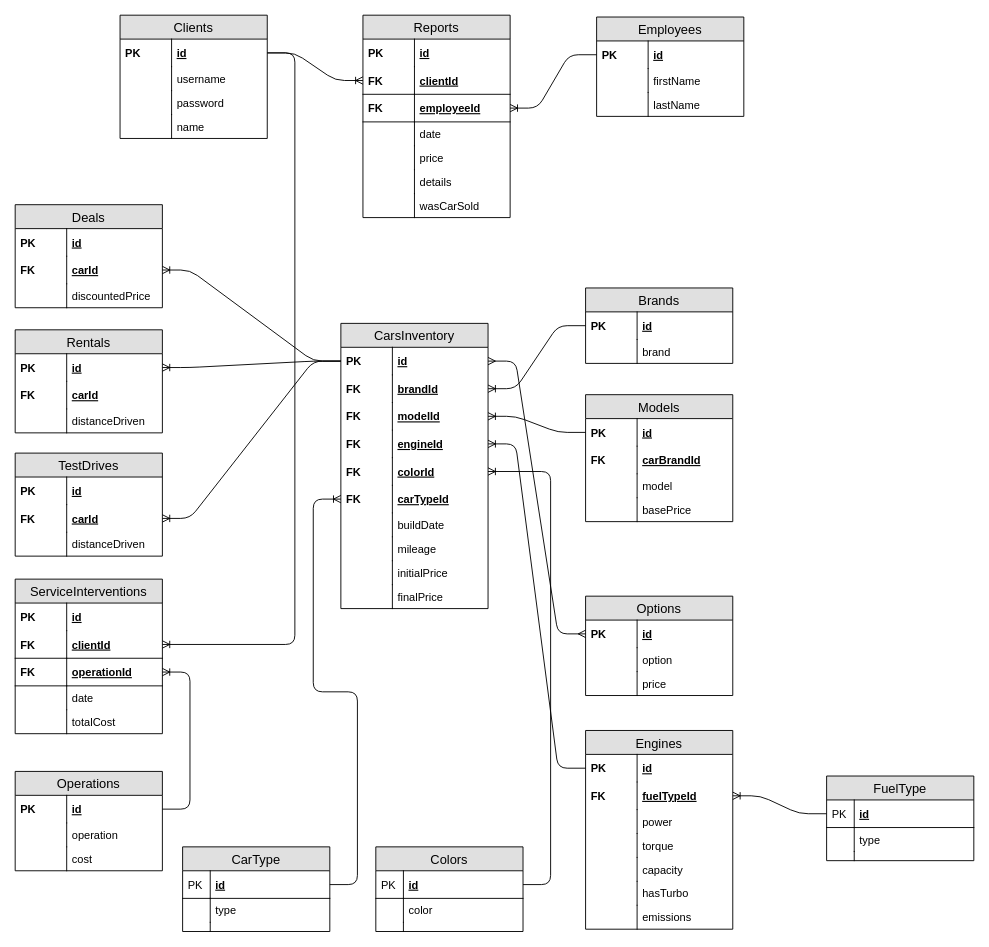
The draw.io diagram DB/CarDealerDB.drawio in alintintesan/CarDealer, before the edit. Source tidied: cells renumbered, new cells numbered last; positions are measured from the earlier drawing's top-left corner, leaving out a move shared by most shapes. Both pictures are drawn from the tidied source at 92%, with x=0, y=0 at pixel (15, 15).
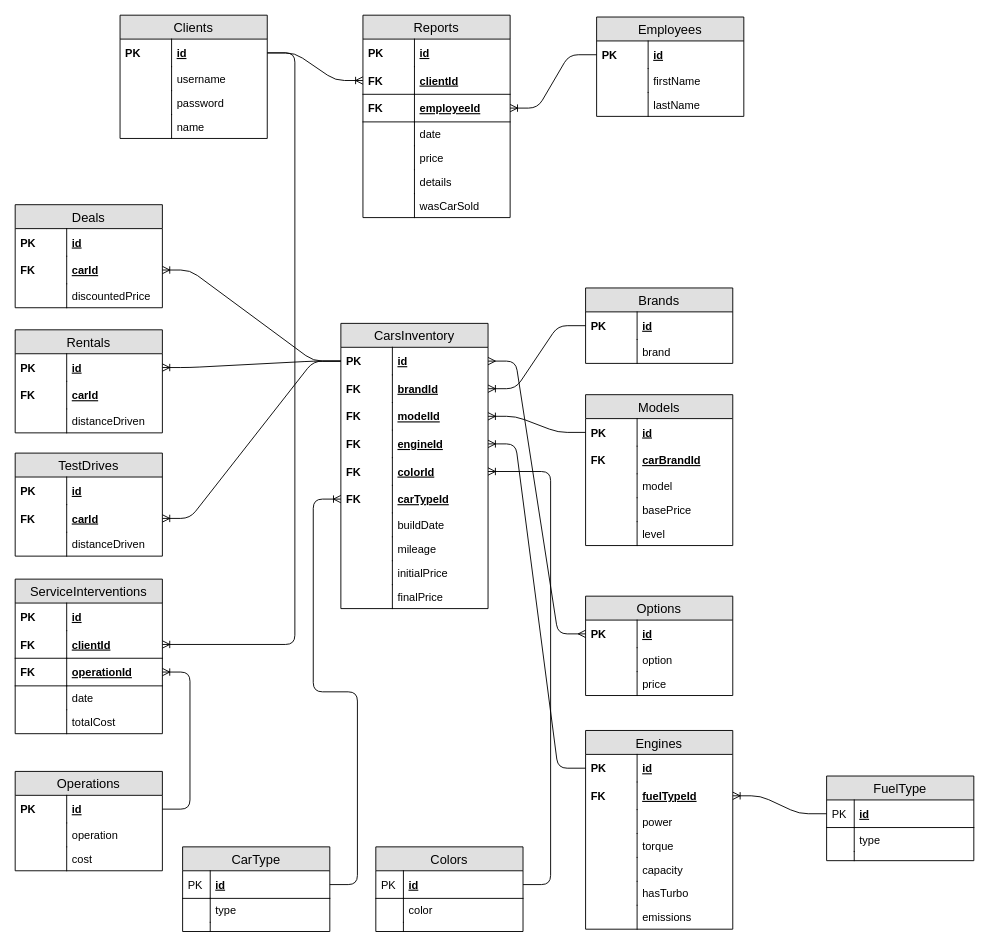
The same diagram, later.

Change to the diagram source:
```diff
@@
     <mxCell id="44" value="Models" style="swimlane;fontStyle=0;horizontal=1;startSize=26;fillColor=#e0e0e0;swimlaneFillColor=#ffffff;align=center;fontSize=14;" parent="1" vertex="1">
-      <mxGeometry x="620" y="412.5" width="160" height="138" as="geometry" />
+      <mxGeometry x="620" y="412.5" width="160" height="164" as="geometry" />
     </mxCell>
@@
+    <mxCell id="164" value="level" style="shape=partialRectangle;top=0;left=0;right=0;bottom=0;align=left;verticalAlign=top;fillColor=none;spacingLeft=60;spacingRight=4;overflow=hidden;fontSize=12;" parent="44" vertex="1">
+      <mxGeometry y="138" width="160" height="26" as="geometry" />
+    </mxCell>
+    <mxCell id="165" style="shape=partialRectangle;top=0;left=0;bottom=0;fillColor=none;align=left;verticalAlign=top;spacingLeft=4;spacingRight=4;overflow=hidden;fontSize=12;" parent="164" vertex="1">
+      <mxGeometry width="56" height="26" as="geometry" />
+    </mxCell>
```
